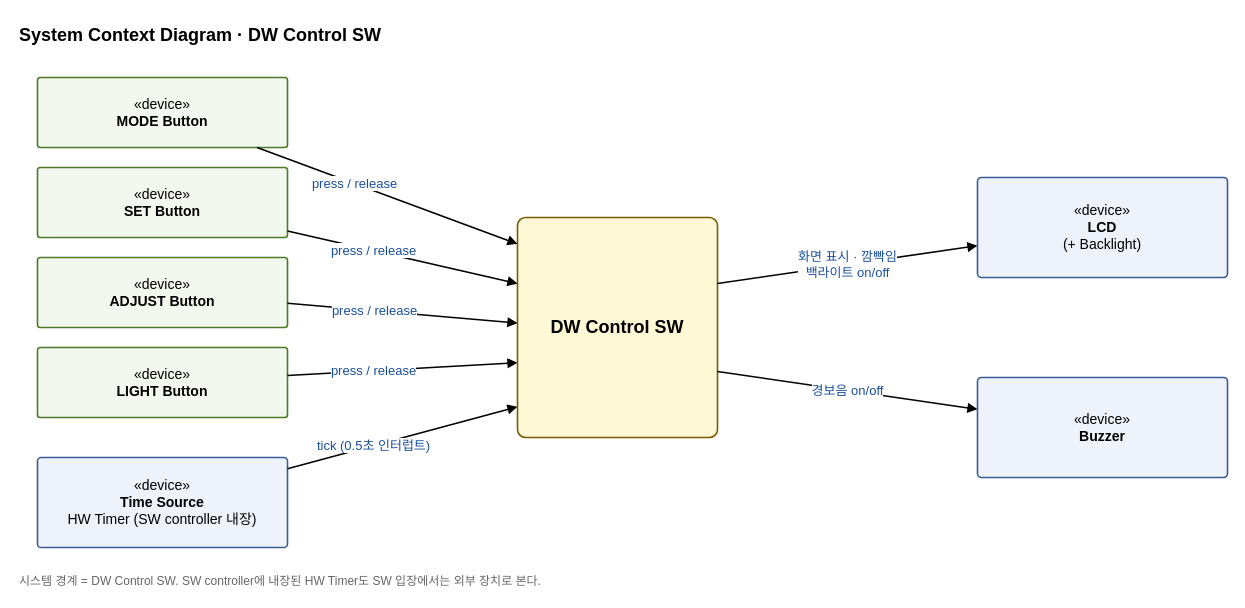
The draw.io diagram docs/OOAD/practice/context/DigitalWatch_SystemContext.drawio in sspring2048/AssoArch, before the edit. Source tidied: cells renumbered, new cells numbered last; positions are measured from the earlier drawing's top-left corner, leaving out a move shared by most shapes. Both pictures are drawn from the tidied source at 100%, with x=0, y=0 at pixel (17, 17).
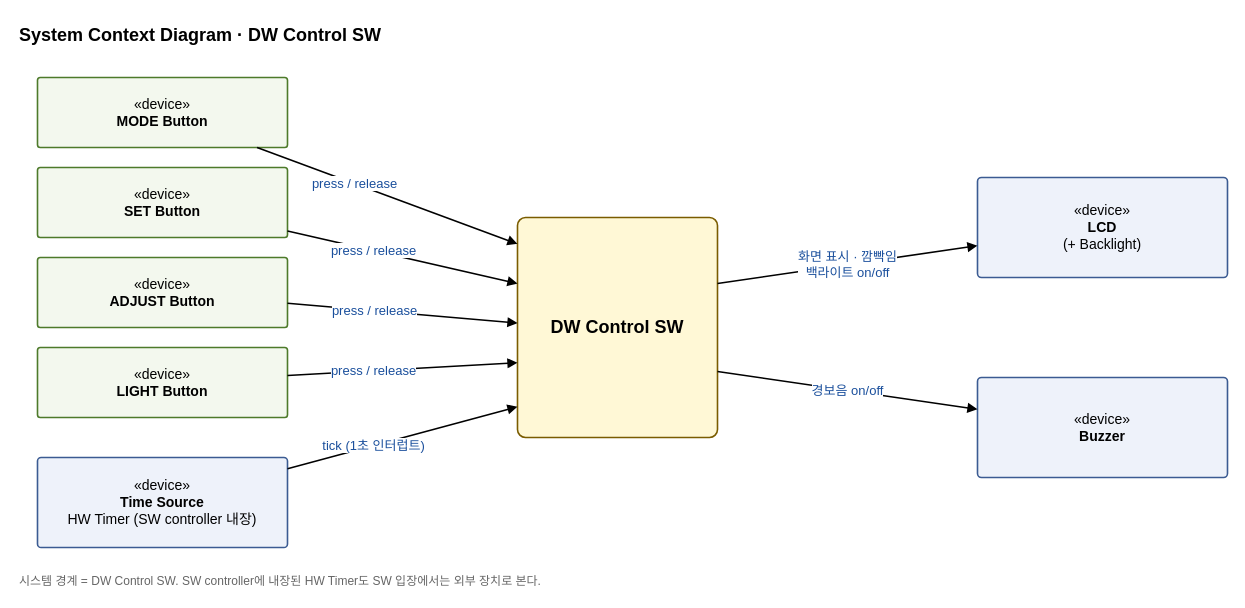
After the change.

Commit message (it also covers changes not shown here):
Revert tick period to 1s; blinking handled by LCD hardware

Change to the diagram source:
```diff
@@
 <mxGraphModel>
   <root>
     <mxCell id="0" />
     <mxCell id="1" parent="0" />
     <mxCell id="2" value="System Context Diagram · DW Control SW" style="text;fontSize=18;fontStyle=1;align=left;" parent="1" vertex="1">
       <mxGeometry width="520" height="30" as="geometry" />
     </mxCell>
     <mxCell id="3" value="«device»&lt;br&gt;&lt;b&gt;MODE Button&lt;/b&gt;" style="rounded=1;arcSize=4;whiteSpace=wrap;html=1;fillColor=#f3f8ee;strokeColor=#4d7a2a;strokeWidth=1.6;fontSize=14;" parent="1" vertex="1">
       <mxGeometry x="20" y="60" width="250" height="70" as="geometry" />
     </mxCell>
     <mxCell id="4" value="«device»&lt;br&gt;&lt;b&gt;SET Button&lt;/b&gt;" style="rounded=1;arcSize=4;whiteSpace=wrap;html=1;fillColor=#f3f8ee;strokeColor=#4d7a2a;strokeWidth=1.6;fontSize=14;" parent="1" vertex="1">
       <mxGeometry x="20" y="150" width="250" height="70" as="geometry" />
     </mxCell>
     <mxCell id="5" value="«device»&lt;br&gt;&lt;b&gt;ADJUST Button&lt;/b&gt;" style="rounded=1;arcSize=4;whiteSpace=wrap;html=1;fillColor=#f3f8ee;strokeColor=#4d7a2a;strokeWidth=1.6;fontSize=14;" parent="1" vertex="1">
       <mxGeometry x="20" y="240" width="250" height="70" as="geometry" />
     </mxCell>
     <mxCell id="6" value="«device»&lt;br&gt;&lt;b&gt;LIGHT Button&lt;/b&gt;" style="rounded=1;arcSize=4;whiteSpace=wrap;html=1;fillColor=#f3f8ee;strokeColor=#4d7a2a;strokeWidth=1.6;fontSize=14;" parent="1" vertex="1">
       <mxGeometry x="20" y="330" width="250" height="70" as="geometry" />
     </mxCell>
     <mxCell id="7" value="«device»&lt;br&gt;&lt;b&gt;Time Source&lt;/b&gt;&lt;br&gt;HW Timer (SW controller 내장)" style="rounded=1;arcSize=4;whiteSpace=wrap;html=1;fillColor=#eef2fa;strokeColor=#3b5b92;strokeWidth=1.6;fontSize=14;" parent="1" vertex="1">
       <mxGeometry x="20" y="440" width="250" height="90" as="geometry" />
     </mxCell>
     <mxCell id="8" value="&lt;b&gt;DW Control SW&lt;/b&gt;" style="rounded=1;arcSize=4;whiteSpace=wrap;html=1;fillColor=#fff8d6;strokeColor=#7a5c00;strokeWidth=1.6;fontSize=18;" parent="1" vertex="1">
       <mxGeometry x="500" y="200" width="200" height="220" as="geometry" />
     </mxCell>
     <mxCell id="9" value="«device»&lt;br&gt;&lt;b&gt;LCD&lt;/b&gt;&lt;br&gt;(+ Backlight)" style="rounded=1;arcSize=4;whiteSpace=wrap;html=1;fillColor=#eef2fa;strokeColor=#3b5b92;strokeWidth=1.6;fontSize=14;" parent="1" vertex="1">
       <mxGeometry x="960" y="160" width="250" height="100" as="geometry" />
     </mxCell>
     <mxCell id="10" value="«device»&lt;br&gt;&lt;b&gt;Buzzer&lt;/b&gt;" style="rounded=1;arcSize=4;whiteSpace=wrap;html=1;fillColor=#eef2fa;strokeColor=#3b5b92;strokeWidth=1.6;fontSize=14;" parent="1" vertex="1">
       <mxGeometry x="960" y="360" width="250" height="100" as="geometry" />
     </mxCell>
     <mxCell id="11" value="press / release" style="endArrow=block;endFill=1;html=1;strokeWidth=1.6;fontSize=13;fontColor=#1a4f9c;labelBackgroundColor=#ffffff;entryX=0;entryY=0.12;" parent="1" edge="1" source="3" target="8">
       <mxGeometry x="-0.25" relative="1" as="geometry" />
     </mxCell>
     <mxCell id="12" value="press / release" style="endArrow=block;endFill=1;html=1;strokeWidth=1.6;fontSize=13;fontColor=#1a4f9c;labelBackgroundColor=#ffffff;entryX=0;entryY=0.3;" parent="1" edge="1" source="4" target="8">
       <mxGeometry x="-0.25" relative="1" as="geometry" />
     </mxCell>
     <mxCell id="13" value="press / release" style="endArrow=block;endFill=1;html=1;strokeWidth=1.6;fontSize=13;fontColor=#1a4f9c;labelBackgroundColor=#ffffff;entryX=0;entryY=0.48;" parent="1" edge="1" source="5" target="8">
       <mxGeometry x="-0.25" relative="1" as="geometry" />
     </mxCell>
     <mxCell id="14" value="press / release" style="endArrow=block;endFill=1;html=1;strokeWidth=1.6;fontSize=13;fontColor=#1a4f9c;labelBackgroundColor=#ffffff;entryX=0;entryY=0.66;" parent="1" edge="1" source="6" target="8">
       <mxGeometry x="-0.25" relative="1" as="geometry" />
     </mxCell>
-    <mxCell id="15" value="tick (0.5초 인터럽트)" style="endArrow=block;endFill=1;html=1;strokeWidth=1.6;fontSize=13;fontColor=#1a4f9c;labelBackgroundColor=#ffffff;entryX=0;entryY=0.86;" parent="1" edge="1" source="7" target="8">
+    <mxCell id="15" value="tick (1초 인터럽트)" style="endArrow=block;endFill=1;html=1;strokeWidth=1.6;fontSize=13;fontColor=#1a4f9c;labelBackgroundColor=#ffffff;entryX=0;entryY=0.86;" parent="1" edge="1" source="7" target="8">
       <mxGeometry x="-0.25" relative="1" as="geometry" />
     </mxCell>
     <mxCell id="16" value="화면 표시 · 깜빡임&lt;br&gt;백라이트 on/off" style="endArrow=block;endFill=1;html=1;strokeWidth=1.6;fontSize=13;fontColor=#1a4f9c;labelBackgroundColor=#ffffff;exitX=1;exitY=0.3;" parent="1" edge="1" source="8" target="9">
       <mxGeometry relative="1" as="geometry" />
     </mxCell>
     <mxCell id="17" value="경보음 on/off" style="endArrow=block;endFill=1;html=1;strokeWidth=1.6;fontSize=13;fontColor=#1a4f9c;labelBackgroundColor=#ffffff;exitX=1;exitY=0.7;" parent="1" edge="1" source="8" target="10">
       <mxGeometry relative="1" as="geometry" />
     </mxCell>
     <mxCell id="18" value="시스템 경계 = DW Control SW. SW controller에 내장된 HW Timer도 SW 입장에서는 외부 장치로 본다." style="text;fontSize=12;fontColor=#666666;align=left;" parent="1" vertex="1">
       <mxGeometry y="550" width="800" height="24" as="geometry" />
     </mxCell>
   </root>
 </mxGraphModel>
```
